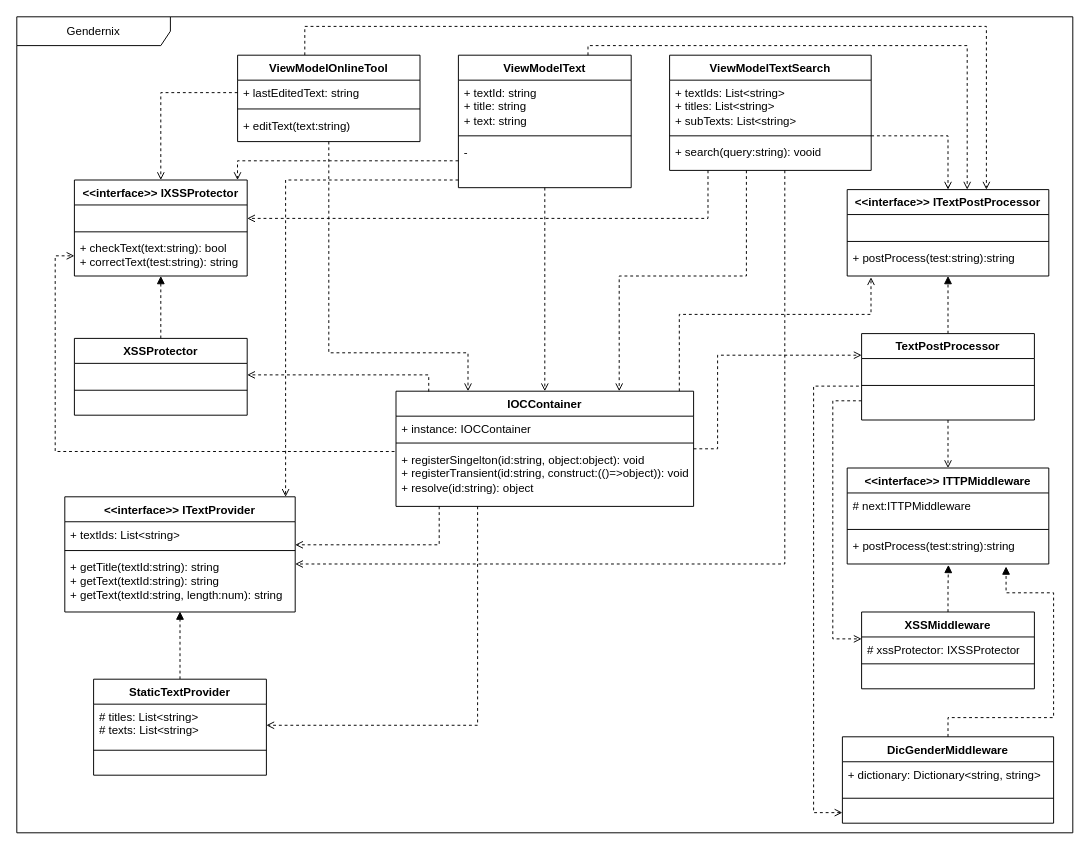
The draw.io diagram drawio_class_gendernix.drawio in SteiningerSebastian/Gendernix, before the edit. Source tidied: cells renumbered, new cells numbered last; positions are measured from the earlier drawing's top-left corner, leaving out a move shared by most shapes. Both pictures are drawn from the tidied source at 96%, with x=0, y=0 at pixel (16, 16).
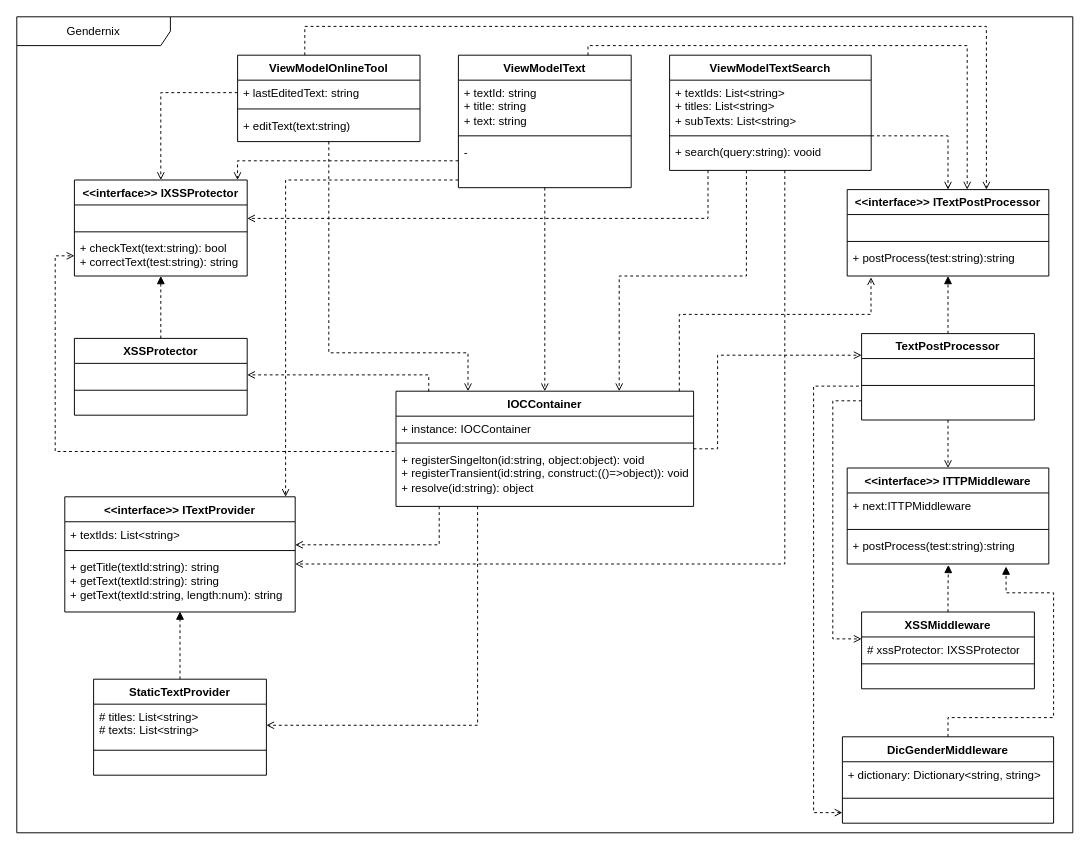
The same diagram, later.

Unchanged cells that the change refers to:
```xml
<mxCell id="27" value="&amp;lt;&amp;lt;interface&amp;gt;&amp;gt; ITTPMiddleware" style="swimlane;fontStyle=1;align=center;verticalAlign=top;horizontal=1;startSize=26;whiteSpace=wrap;html=1;" parent="2" vertex="1">
  <mxGeometry x="865" y="470" width="210" height="100" as="geometry" />
</mxCell>
```

What changed in the source:
```diff
@@
-    <mxCell id="28" value="# next:ITTPMiddleware" style="text;strokeColor=none;fillColor=none;align=left;verticalAlign=top;spacingLeft=4;spacingRight=4;overflow=hidden;whiteSpace=wrap;html=1;" parent="27" vertex="1">
+    <mxCell id="28" value="+ next:ITTPMiddleware" style="text;strokeColor=none;fillColor=none;align=left;verticalAlign=top;spacingLeft=4;spacingRight=4;overflow=hidden;whiteSpace=wrap;html=1;" parent="27" vertex="1">
       <mxGeometry y="26" width="210" height="34" as="geometry" />
     </mxCell>
```
